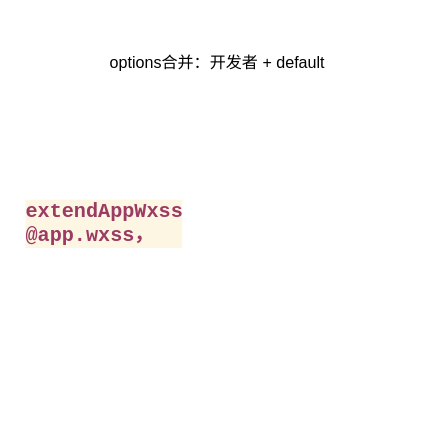
The draw.io diagram drawio-graph/小程序微前端.drawio in yusongjohn/blog, before the edit. Source tidied: cells renumbered, new cells numbered last; positions are measured from the earlier drawing's top-left corner, leaving out a move shared by most shapes. Both pictures are drawn from the tidied source at 134%, with x=0, y=0 at pixel (23, 23).
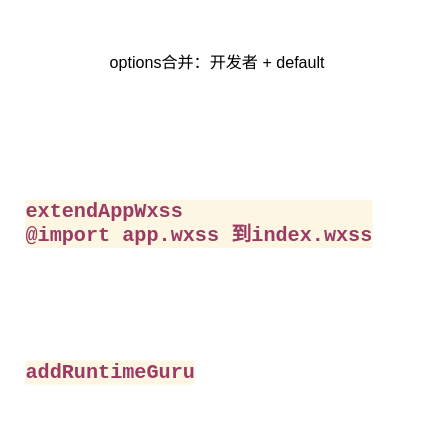
The same diagram, later.

Commit message:
更新小程序微前端.drawio

What changed in the source:
```diff
@@
 <mxGraphModel>
   <root>
     <mxCell id="0" />
     <mxCell id="1" parent="0" />
     <mxCell id="2" value="options合并：开发者 + default" style="text;html=1;strokeColor=none;fillColor=none;align=center;verticalAlign=middle;whiteSpace=wrap;rounded=0;" parent="1" vertex="1">
       <mxGeometry x="40" width="210" height="60" as="geometry" />
     </mxCell>
-    <mxCell id="3" value="&lt;pre style=&quot;background-color:#fdf6e3;color:#2f3f50;font-family:'Fira Code',monospace;font-size:11.3pt;&quot;&gt;&lt;span style=&quot;color:#9b3a63;font-weight:bold;&quot;&gt;extendAppWxss&lt;br&gt;@app.wxss，&lt;/span&gt;&lt;/pre&gt;" style="text;whiteSpace=wrap;html=1;" parent="1" vertex="1">
-      <mxGeometry y="110" width="150" height="70" as="geometry" />
+    <mxCell id="3" value="&lt;pre style=&quot;background-color:#fdf6e3;color:#2f3f50;font-family:'Fira Code',monospace;font-size:11.3pt;&quot;&gt;&lt;span style=&quot;color:#9b3a63;font-weight:bold;&quot;&gt;extendAppWxss&lt;br&gt;@import app.wxss 到index.wxss&lt;/span&gt;&lt;/pre&gt;" style="text;whiteSpace=wrap;html=1;" parent="1" vertex="1">
+      <mxGeometry y="110" width="300" height="80" as="geometry" />
     </mxCell>
+    <mxCell id="4" value="&lt;pre style=&quot;background-color:#fdf6e3;color:#2f3f50;font-family:'Fira Code',monospace;font-size:11.3pt;&quot;&gt;&lt;span style=&quot;color:#9b3a63;font-weight:bold;&quot;&gt;addRuntimeGuru&lt;/span&gt;&lt;/pre&gt;" style="text;whiteSpace=wrap;html=1;" parent="1" vertex="1">
+      <mxGeometry y="230" width="160" height="70" as="geometry" />
+    </mxCell>
   </root>
 </mxGraphModel>
```
